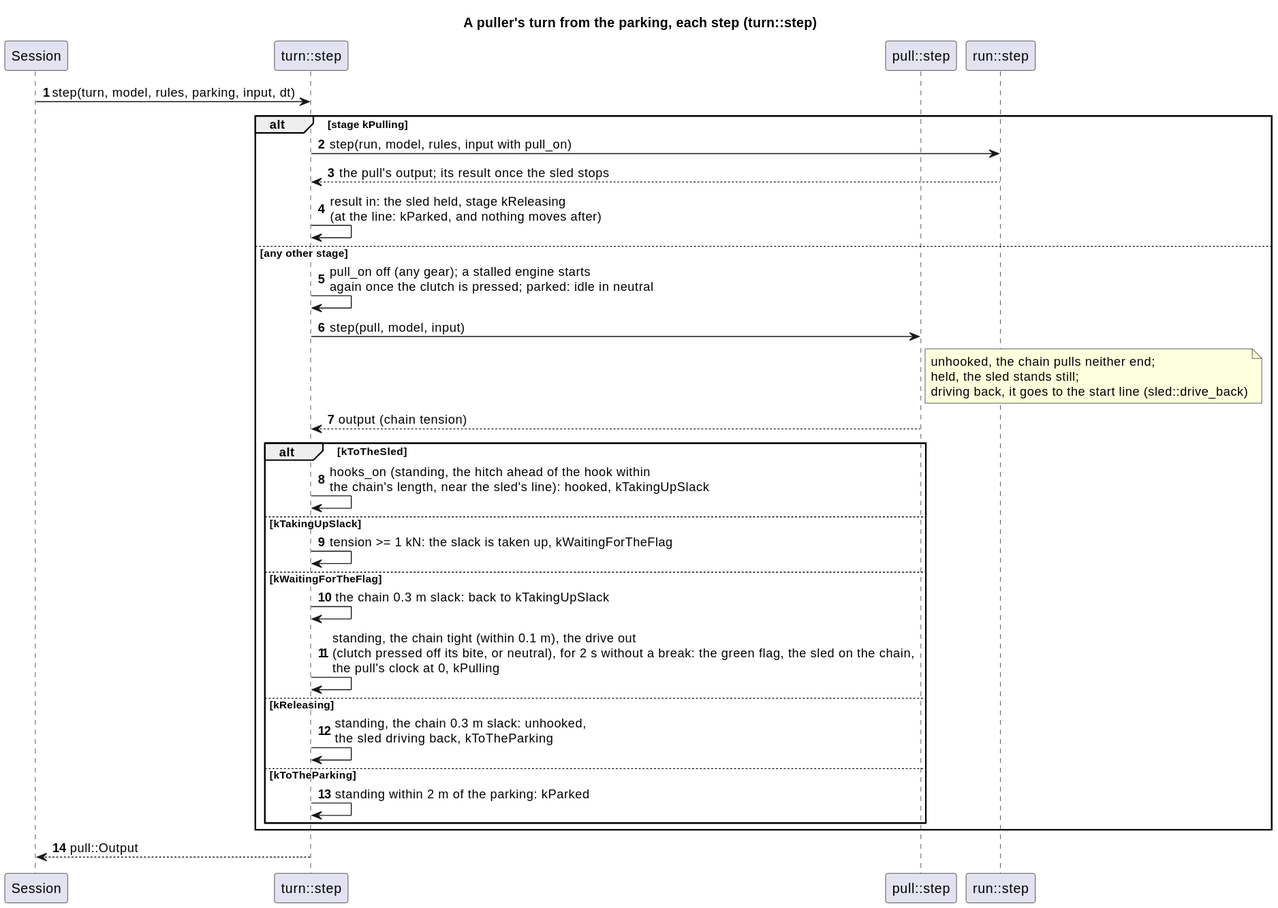
Above: docs/diagrams/svg/turn_sequence.svg in wversteeg/TractorPulling (PlantUML), before the change.
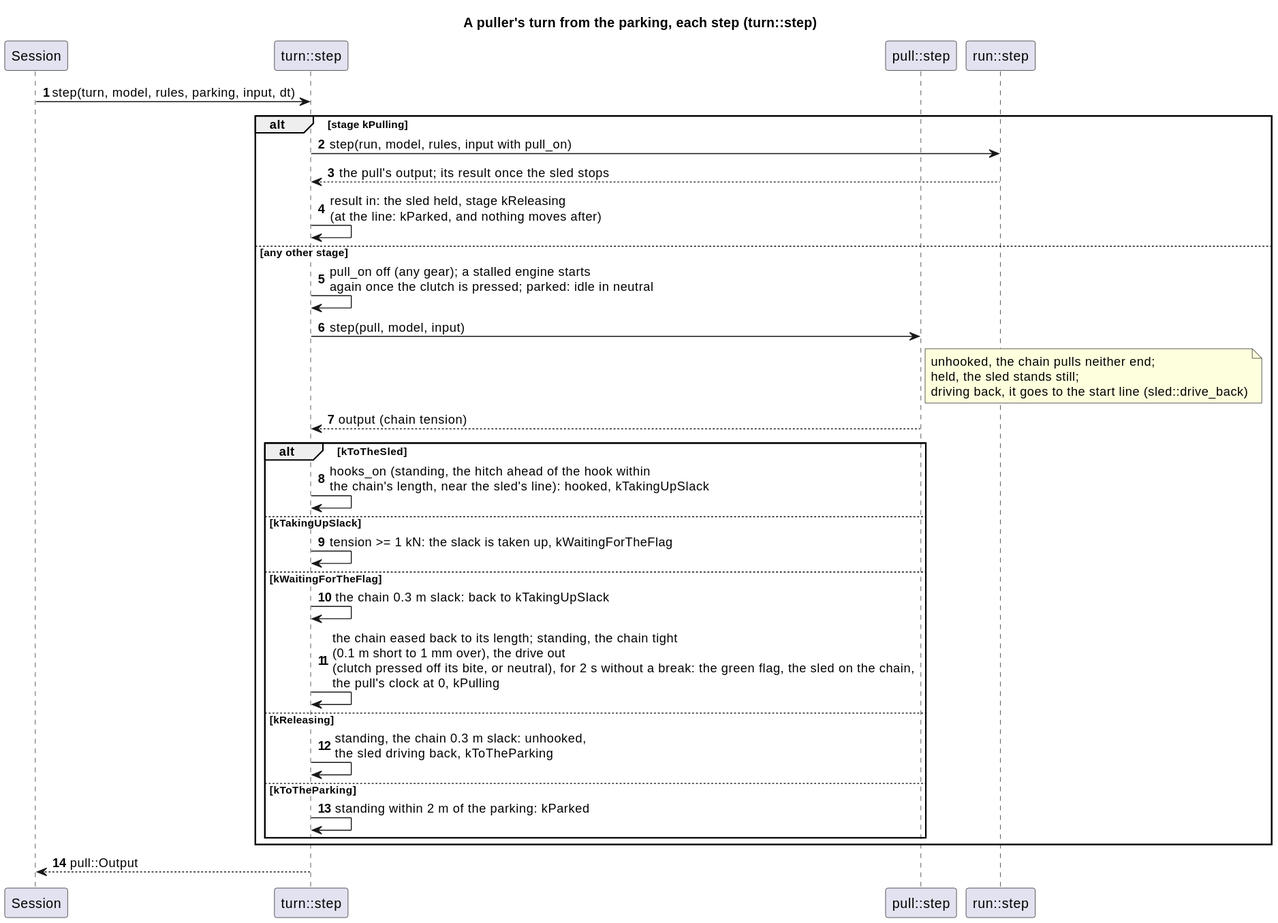
Above is the later version.

What changed in the source:
```diff
@@ -26,7 +26,7 @@
     Turn -> Turn : tension >= 1 kN: the slack is taken up, kWaitingForTheFlag
   else kWaitingForTheFlag
     Turn -> Turn : the chain 0.3 m slack: back to kTakingUpSlack
-    Turn -> Turn : standing, the chain tight (within 0.1 m), the drive out\n(clutch pressed off its bite, or neutral), for 2 s without a break: the green flag, the sled on the chain,\nthe pull's clock at 0, kPulling
+    Turn -> Turn : the chain eased back to its length; standing, the chain tight\n(0.1 m short to 1 mm over), the drive out\n(clutch pressed off its bite, or neutral), for 2 s without a break: the green flag, the sled on the chain,\nthe pull's clock at 0, kPulling
   else kReleasing
     Turn -> Turn : standing, the chain 0.3 m slack: unhooked,\nthe sled driving back, kToTheParking
   else kToTheParking
```
